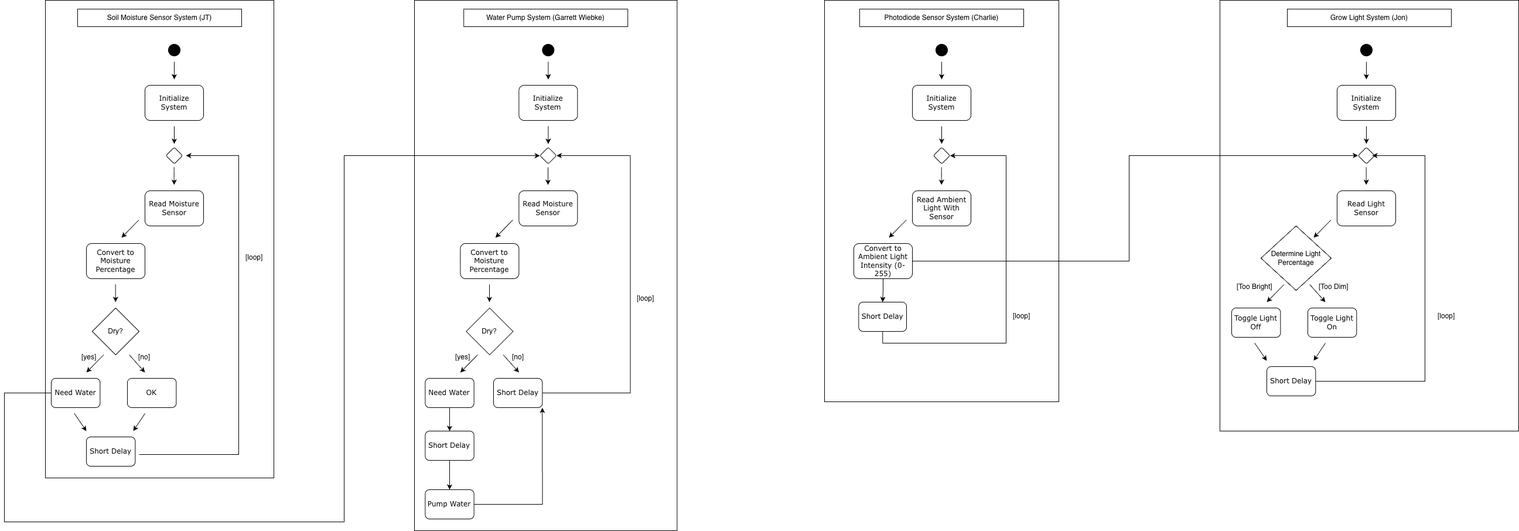
Before: docs/newsoft.png, a diagram exported from draw.io (ASU-EGR304-2025-F-106/ASU-EGR304-2025-F-106). Source tidied: cells renumbered, new cells last; positions are measured from the earlier drawing's top-left corner, leaving out a move shared by most shapes.
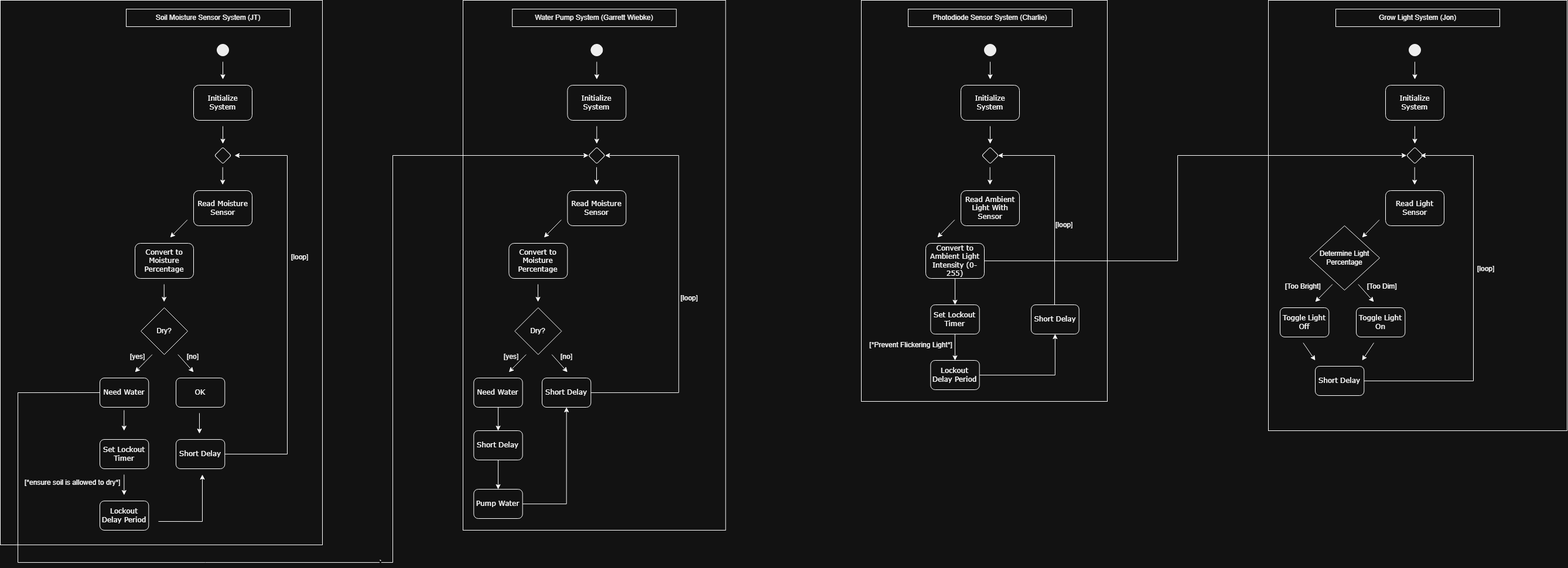
Above is the later version.

Commit message:
software proposal update

Diff of the diagram source:
```diff
@@ -5,11 +5,11 @@
     <mxCell id="2" style="rounded=0;whiteSpace=wrap;html=1;fillColor=none;" parent="1" vertex="1">
       <mxGeometry x="700" width="448.3" height="905" as="geometry" />
     </mxCell>
-    <mxCell id="3" style="rounded=0;whiteSpace=wrap;html=1;fillColor=none;" parent="1" vertex="1">
-      <mxGeometry x="70" width="390" height="815" as="geometry" />
+    <mxCell id="3" value="&lt;span style=&quot;color: rgba(0, 0, 0, 0); font-family: monospace; font-size: 0px; text-align: start; text-wrap-mode: nowrap;&quot;&gt;%3CmxGraphModel%3E%3Croot%3E%3CmxCell%20id%3D%220%22%2F%3E%3CmxCell%20id%3D%221%22%20parent%3D%220%22%2F%3E%3CmxCell%20id%3D%222%22%20style%3D%22edgeStyle%3DorthogonalEdgeStyle%3Brounded%3D0%3BorthogonalLoop%3D1%3BjettySize%3Dauto%3Bhtml%3D1%3BentryX%3D0.5%3BentryY%3D1%3BentryDx%3D0%3BentryDy%3D0%3B%22%20edge%3D%221%22%20parent%3D%221%22%3E%3CmxGeometry%20relative%3D%221%22%20as%3D%22geometry%22%3E%3CmxPoint%20x%3D%22972%22%20y%3D%221150%22%20as%3D%22sourcePoint%22%2F%3E%3CmxPoint%20x%3D%221047%22%20y%3D%22985%22%20as%3D%22targetPoint%22%2F%3E%3C%2FmxGeometry%3E%3C%2FmxCell%3E%3C%2Froot%3E%3C%2FmxGraphModel%3E&lt;/span&gt;" style="rounded=0;whiteSpace=wrap;html=1;fillColor=none;" parent="1" vertex="1">
+      <mxGeometry x="-90" width="550" height="930" as="geometry" />
     </mxCell>
     <mxCell id="4" style="rounded=0;whiteSpace=wrap;html=1;fillColor=none;" parent="1" vertex="1">
-      <mxGeometry x="1400" width="400" height="685" as="geometry" />
+      <mxGeometry x="1380" width="420" height="685" as="geometry" />
     </mxCell>
     <mxCell id="5" style="rounded=0;whiteSpace=wrap;html=1;fillColor=none;" parent="1" vertex="1">
       <mxGeometry x="2075" width="510" height="735" as="geometry" />
@@ -44,22 +44,21 @@
     <mxCell id="14" value="&lt;font style=&quot;font-size: 12px;&quot;&gt;OK&lt;/font&gt;" style="rounded=1;whiteSpace=wrap;html=1;shadow=0;labelBackgroundColor=none;strokeWidth=1;fontFamily=Verdana;fontSize=8;align=center;" parent="1" vertex="1">
       <mxGeometry x="210" y="645" width="83.3" height="50" as="geometry" />
     </mxCell>
-    <mxCell id="15" style="edgeStyle=orthogonalEdgeStyle;rounded=0;jettySize=auto;html=1;entryX=0;entryY=1;entryDx=0;entryDy=0;exitX=0;exitY=0.5;exitDx=0;exitDy=0;" parent="1" edge="1" source="13" target="33">
+    <mxCell id="15" value="`" style="edgeStyle=orthogonalEdgeStyle;rounded=0;jettySize=auto;html=1;entryX=0;entryY=1;entryDx=0;entryDy=0;exitX=0;exitY=0.5;exitDx=0;exitDy=0;" parent="1" edge="1" source="13" target="33">
       <mxGeometry relative="1" as="geometry">
         <Array as="points">
-          <mxPoint y="670" />
-          <mxPoint y="890" />
-          <mxPoint x="580" y="890" />
+          <mxPoint x="-60" y="670" />
+          <mxPoint x="-60" y="960" />
+          <mxPoint x="580" y="960" />
           <mxPoint x="580" y="265" />
         </Array>
       </mxGeometry>
     </mxCell>
     <mxCell id="16" value="&lt;font style=&quot;font-size: 12px;&quot;&gt;Short Delay&lt;/font&gt;" style="rounded=1;whiteSpace=wrap;html=1;shadow=0;labelBackgroundColor=none;strokeWidth=1;fontFamily=Verdana;fontSize=8;align=center;" parent="1" vertex="1">
-      <mxGeometry x="140" y="745" width="83.3" height="50" as="geometry" />
+      <mxGeometry x="210" y="750" width="83.3" height="50" as="geometry" />
     </mxCell>
-    <mxCell id="17" style="endArrow=classic;html=1;rounded=0;" parent="1" edge="1">
+    <mxCell id="17" style="endArrow=classic;html=1;rounded=0;exitX=1;exitY=0.5;exitDx=0;exitDy=0;" parent="1" edge="1" source="16">
       <mxGeometry relative="1" as="geometry">
-        <mxPoint x="230" y="775" as="sourcePoint" />
         <mxPoint x="310" y="265" as="targetPoint" />
         <Array as="points">
           <mxPoint x="400" y="775" />
@@ -103,16 +102,10 @@
         <mxPoint x="240" y="635" as="targetPoint" />
       </mxGeometry>
     </mxCell>
-    <mxCell id="24" style="endArrow=classic;html=1;rounded=0;" parent="1" edge="1">
-      <mxGeometry relative="1" as="geometry">
-        <mxPoint x="119.4" y="705" as="sourcePoint" />
-        <mxPoint x="140" y="735" as="targetPoint" />
-      </mxGeometry>
-    </mxCell>
     <mxCell id="25" style="endArrow=classic;html=1;rounded=0;" parent="1" edge="1">
       <mxGeometry relative="1" as="geometry">
-        <mxPoint x="240" y="705" as="sourcePoint" />
-        <mxPoint x="220" y="735" as="targetPoint" />
+        <mxPoint x="250" y="705" as="sourcePoint" />
+        <mxPoint x="250" y="740" as="targetPoint" />
       </mxGeometry>
     </mxCell>
     <mxCell id="26" value="&lt;div style=&quot;text-align: center;&quot;&gt;&lt;span style=&quot;background-color: transparent; color: light-dark(rgb(0, 0, 0), rgb(255, 255, 255)); text-wrap-mode: nowrap;&quot;&gt;[yes]&lt;/span&gt;&lt;/div&gt;" style="text;whiteSpace=wrap;html=1;" parent="1" vertex="1">
@@ -122,7 +115,7 @@
       <mxGeometry x="226.7" y="595" width="50" height="30" as="geometry" />
     </mxCell>
     <mxCell id="28" value="&lt;div style=&quot;text-align: center;&quot;&gt;&lt;span style=&quot;background-color: transparent; color: light-dark(rgb(0, 0, 0), rgb(255, 255, 255)); text-wrap-mode: nowrap;&quot;&gt;[loop]&lt;/span&gt;&lt;/div&gt;" style="text;whiteSpace=wrap;html=1;" parent="1" vertex="1">
-      <mxGeometry x="410" y="425" width="50" height="30" as="geometry" />
+      <mxGeometry x="405" y="425" width="50" height="30" as="geometry" />
     </mxCell>
     <mxCell id="29" value="Soil Moisture Sensor System (JT)" style="rounded=0;whiteSpace=wrap;html=1;" parent="1" vertex="1">
       <mxGeometry x="125" y="15" width="280" height="30" as="geometry" />
@@ -206,7 +199,7 @@
       <mxGeometry x="865" y="595" width="50" height="30" as="geometry" />
     </mxCell>
     <mxCell id="49" value="&lt;div style=&quot;text-align: center;&quot;&gt;&lt;span style=&quot;background-color: transparent; color: light-dark(rgb(0, 0, 0), rgb(255, 255, 255)); text-wrap-mode: nowrap;&quot;&gt;[loop]&lt;/span&gt;&lt;/div&gt;" style="text;whiteSpace=wrap;html=1;" parent="1" vertex="1">
-      <mxGeometry x="1078.3" y="495" width="50" height="30" as="geometry" />
+      <mxGeometry x="1070" y="495" width="50" height="30" as="geometry" />
     </mxCell>
     <mxCell id="50" value="Water Pump System (Garrett Wiebke)" style="rounded=0;whiteSpace=wrap;html=1;" parent="1" vertex="1">
       <mxGeometry x="784.2" y="15" width="280" height="30" as="geometry" />
@@ -229,7 +222,7 @@
     <mxCell id="55" value="&lt;font style=&quot;font-size: 12px;&quot;&gt;Read Ambient Light With Sensor&lt;/font&gt;" style="rounded=1;whiteSpace=wrap;html=1;shadow=0;labelBackgroundColor=none;strokeWidth=1;fontFamily=Verdana;fontSize=8;align=center;" parent="1" vertex="1">
       <mxGeometry x="1550" y="325" width="100" height="60" as="geometry" />
     </mxCell>
-    <mxCell id="56" style="edgeStyle=orthogonalEdgeStyle;rounded=0;jettySize=auto;html=1;exitX=0.5;exitY=1;exitDx=0;exitDy=0;entryX=0.5;entryY=0;entryDx=0;entryDy=0;" parent="1" edge="1" source="58" target="60">
+    <mxCell id="56" style="edgeStyle=orthogonalEdgeStyle;rounded=0;jettySize=auto;html=1;exitX=0.5;exitY=1;exitDx=0;exitDy=0;entryX=0.5;entryY=0;entryDx=0;entryDy=0;" parent="1" edge="1" source="58" target="98">
       <mxGeometry relative="1" as="geometry" />
     </mxCell>
     <mxCell id="57" style="edgeStyle=orthogonalEdgeStyle;rounded=0;jettySize=auto;html=1;exitX=1;exitY=0.5;exitDx=0;exitDy=0;entryX=0;entryY=1;entryDx=0;entryDy=0;curved=0;" parent="1" edge="1" source="58" target="68">
@@ -241,19 +234,19 @@
       </mxGeometry>
     </mxCell>
     <mxCell id="58" value="&lt;font style=&quot;font-size: 12px;&quot;&gt;Convert to Ambient Light Intensity (0-255)&lt;/font&gt;" style="rounded=1;whiteSpace=wrap;html=1;shadow=0;labelBackgroundColor=none;strokeWidth=1;fontFamily=Verdana;fontSize=8;align=center;" parent="1" vertex="1">
-      <mxGeometry x="1450" y="415" width="100" height="60" as="geometry" />
+      <mxGeometry x="1490" y="415" width="100" height="60" as="geometry" />
     </mxCell>
-    <mxCell id="59" style="edgeStyle=orthogonalEdgeStyle;rounded=0;jettySize=auto;html=1;exitX=0.5;exitY=1;exitDx=0;exitDy=0;entryX=1;entryY=0;entryDx=0;entryDy=0;" parent="1" edge="1" source="60" target="54">
+    <mxCell id="59" style="edgeStyle=orthogonalEdgeStyle;rounded=0;orthogonalLoop=1;jettySize=auto;html=1;exitX=0.5;exitY=0;exitDx=0;exitDy=0;entryX=1;entryY=0;entryDx=0;entryDy=0;" parent="1" edge="1">
       <mxGeometry relative="1" as="geometry">
+        <mxPoint x="1710" y="520" as="sourcePoint" />
+        <mxPoint x="1613.3" y="265" as="targetPoint" />
         <Array as="points">
-          <mxPoint x="1499" y="585" />
-          <mxPoint x="1710" y="585" />
           <mxPoint x="1710" y="265" />
         </Array>
       </mxGeometry>
     </mxCell>
     <mxCell id="60" value="&lt;font style=&quot;font-size: 12px;&quot;&gt;Short Delay&lt;/font&gt;" style="rounded=1;whiteSpace=wrap;html=1;shadow=0;labelBackgroundColor=none;strokeWidth=1;fontFamily=Verdana;fontSize=8;align=center;" parent="1" vertex="1">
-      <mxGeometry x="1458.3" y="515" width="81.7" height="50" as="geometry" />
+      <mxGeometry x="1670" y="520" width="81.7" height="50" as="geometry" />
     </mxCell>
     <mxCell id="61" style="endArrow=classic;html=1;rounded=0;" parent="1" edge="1">
       <mxGeometry relative="1" as="geometry">
@@ -268,7 +261,7 @@
       </mxGeometry>
     </mxCell>
     <mxCell id="63" value="&lt;div style=&quot;text-align: center;&quot;&gt;&lt;span style=&quot;background-color: transparent; color: light-dark(rgb(0, 0, 0), rgb(255, 255, 255)); text-wrap-mode: nowrap;&quot;&gt;[loop]&lt;/span&gt;&lt;/div&gt;" style="text;whiteSpace=wrap;html=1;" parent="1" vertex="1">
-      <mxGeometry x="1720" y="525" width="50" height="30" as="geometry" />
+      <mxGeometry x="1710" y="370" width="50" height="30" as="geometry" />
     </mxCell>
     <mxCell id="64" value="Photodiode Sensor System (Charlie)" style="rounded=0;whiteSpace=wrap;html=1;" parent="1" vertex="1">
       <mxGeometry x="1460" y="15" width="280" height="30" as="geometry" />
@@ -361,12 +354,12 @@
       <mxGeometry x="2241.7" y="475" width="53.3" height="30" as="geometry" />
     </mxCell>
     <mxCell id="84" value="&lt;div style=&quot;text-align: center;&quot;&gt;&lt;span style=&quot;background-color: transparent; color: light-dark(rgb(0, 0, 0), rgb(255, 255, 255)); text-wrap-mode: nowrap;&quot;&gt;[loop]&lt;/span&gt;&lt;/div&gt;" style="text;whiteSpace=wrap;html=1;" parent="1" vertex="1">
-      <mxGeometry x="2445" y="525" width="50" height="30" as="geometry" />
+      <mxGeometry x="2430" y="445" width="50" height="30" as="geometry" />
     </mxCell>
     <mxCell id="85" value="Grow Light System (Jon)" style="rounded=0;whiteSpace=wrap;html=1;" parent="1" vertex="1">
       <mxGeometry x="2190" y="15" width="280" height="30" as="geometry" />
     </mxCell>
-    <mxCell id="86" style="edgeStyle=orthogonalEdgeStyle;rounded=0;jettySize=auto;html=1;entryX=1;entryY=1;entryDx=0;entryDy=0;" parent="1" edge="1" source="87" target="89">
+    <mxCell id="86" style="edgeStyle=orthogonalEdgeStyle;rounded=0;jettySize=auto;html=1;entryX=0.5;entryY=1;entryDx=0;entryDy=0;" parent="1" edge="1" source="87" target="89">
       <mxGeometry relative="1" as="geometry" />
     </mxCell>
     <mxCell id="87" value="&lt;font style=&quot;font-size: 12px;&quot;&gt;Pump Water&lt;/font&gt;" style="rounded=1;whiteSpace=wrap;html=1;shadow=0;labelBackgroundColor=none;strokeWidth=1;fontFamily=Verdana;fontSize=8;align=center;" parent="1" vertex="1">
@@ -389,5 +382,51 @@
         <mxPoint x="1510" y="405" as="targetPoint" />
       </mxGeometry>
     </mxCell>
+    <mxCell id="91" style="endArrow=classic;html=1;rounded=0;entryX=0.462;entryY=0.908;entryDx=0;entryDy=0;entryPerimeter=0;" parent="1" edge="1">
+      <mxGeometry relative="1" as="geometry">
+        <mxPoint x="121.3" y="700" as="sourcePoint" />
+        <mxPoint x="121.3" y="735" as="targetPoint" />
+      </mxGeometry>
+    </mxCell>
+    <mxCell id="92" value="&lt;font style=&quot;font-size: 12px;&quot;&gt;Set Lockout&lt;/font&gt;&lt;div&gt;&lt;font style=&quot;font-size: 12px;&quot;&gt;Timer&lt;/font&gt;&lt;/div&gt;" style="rounded=1;whiteSpace=wrap;html=1;shadow=0;labelBackgroundColor=none;strokeWidth=1;fontFamily=Verdana;fontSize=8;align=center;" parent="1" vertex="1">
+      <mxGeometry x="80" y="750" width="83.3" height="50" as="geometry" />
+    </mxCell>
+    <mxCell id="93" value="&lt;span style=&quot;font-size: 12px;&quot;&gt;Lockout Delay Period&lt;/span&gt;" style="rounded=1;whiteSpace=wrap;html=1;shadow=0;labelBackgroundColor=none;strokeWidth=1;fontFamily=Verdana;fontSize=8;align=center;" parent="1" vertex="1">
+      <mxGeometry x="80" y="855" width="83.3" height="50" as="geometry" />
+    </mxCell>
+    <mxCell id="94" style="endArrow=classic;html=1;rounded=0;entryX=0.462;entryY=0.908;entryDx=0;entryDy=0;entryPerimeter=0;" parent="1" edge="1">
+      <mxGeometry relative="1" as="geometry">
+        <mxPoint x="121.4" y="810" as="sourcePoint" />
+        <mxPoint x="121.4" y="845" as="targetPoint" />
+      </mxGeometry>
+    </mxCell>
+    <mxCell id="95" style="edgeStyle=orthogonalEdgeStyle;rounded=0;orthogonalLoop=1;jettySize=auto;html=1;entryX=0.5;entryY=1;entryDx=0;entryDy=0;" parent="1" edge="1">
+      <mxGeometry relative="1" as="geometry">
+        <mxPoint x="180" y="890" as="sourcePoint" />
+        <mxPoint x="255" y="810" as="targetPoint" />
+        <Array as="points">
+          <mxPoint x="180" y="890" />
+          <mxPoint x="255" y="890" />
+        </Array>
+      </mxGeometry>
+    </mxCell>
+    <mxCell id="96" value="&lt;div style=&quot;text-align: center;&quot;&gt;&lt;span style=&quot;text-wrap-mode: nowrap;&quot;&gt;[*ensure soil is allowed to dry*]&lt;/span&gt;&lt;/div&gt;" style="text;whiteSpace=wrap;html=1;" parent="1" vertex="1">
+      <mxGeometry x="-50" y="810" width="170" height="40" as="geometry" />
+    </mxCell>
+    <mxCell id="97" style="edgeStyle=orthogonalEdgeStyle;rounded=0;jettySize=auto;html=1;entryX=0.5;entryY=0;entryDx=0;entryDy=0;" parent="1" edge="1" source="98" target="100">
+      <mxGeometry relative="1" as="geometry" />
+    </mxCell>
+    <mxCell id="98" value="&lt;font style=&quot;font-size: 12px;&quot;&gt;Set Lockout&lt;/font&gt;&lt;div&gt;&lt;font style=&quot;font-size: 12px;&quot;&gt;Timer&lt;/font&gt;&lt;/div&gt;" style="rounded=1;whiteSpace=wrap;html=1;shadow=0;labelBackgroundColor=none;strokeWidth=1;fontFamily=Verdana;fontSize=8;align=center;" parent="1" vertex="1">
+      <mxGeometry x="1498.3" y="520" width="83.3" height="50" as="geometry" />
+    </mxCell>
+    <mxCell id="99" style="edgeStyle=orthogonalEdgeStyle;rounded=0;jettySize=auto;html=1;entryX=0.5;entryY=1;entryDx=0;entryDy=0;" parent="1" edge="1" source="100" target="60">
+      <mxGeometry relative="1" as="geometry" />
+    </mxCell>
+    <mxCell id="100" value="&lt;span style=&quot;font-size: 12px;&quot;&gt;Lockout Delay Period&lt;/span&gt;" style="rounded=1;whiteSpace=wrap;html=1;shadow=0;labelBackgroundColor=none;strokeWidth=1;fontFamily=Verdana;fontSize=8;align=center;" parent="1" vertex="1">
+      <mxGeometry x="1498.3" y="615" width="83.3" height="50" as="geometry" />
+    </mxCell>
+    <mxCell id="101" value="&lt;div style=&quot;&quot;&gt;&lt;span style=&quot;text-wrap-mode: nowrap;&quot;&gt;[*Prevent Flickering Light*]&lt;/span&gt;&lt;/div&gt;" style="text;whiteSpace=wrap;html=1;align=center;" parent="1" vertex="1">
+      <mxGeometry x="1390" y="575" width="150" height="20" as="geometry" />
+    </mxCell>
   </root>
 </mxGraphModel>
```
